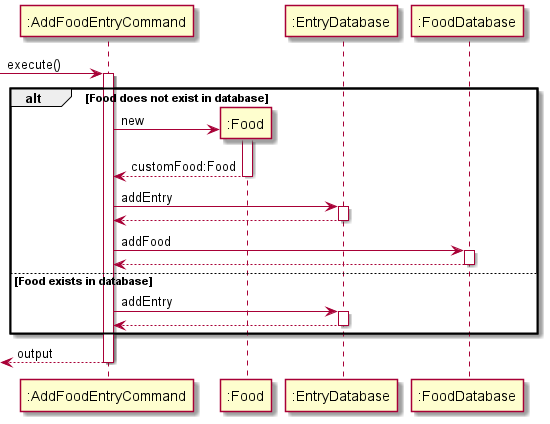
praj-bellakka/tp keeps this PlantUML diagram as docs/diagrams-DG/Command_AddFoodEntryCommand_Seq.png. Above is the earlier version. The source it was exported from:
```plantuml
@startuml


-> ":AddFoodEntryCommand": execute()
activate ":AddFoodEntryCommand"
alt Food does not exist in database

    create ":Food"
    ":AddFoodEntryCommand" -> ":Food" : new
    activate ":Food"
    return customFood:Food

    ":AddFoodEntryCommand" -> ":EntryDatabase" : addEntry
    activate ":EntryDatabase"
    return

    ":AddFoodEntryCommand" -> ":FoodDatabase" : addFood
    activate ":FoodDatabase"
    return

else Food exists in database

    ":AddFoodEntryCommand" -> ":EntryDatabase" : addEntry
    activate ":EntryDatabase"
    return

end
return output

@enduml
```
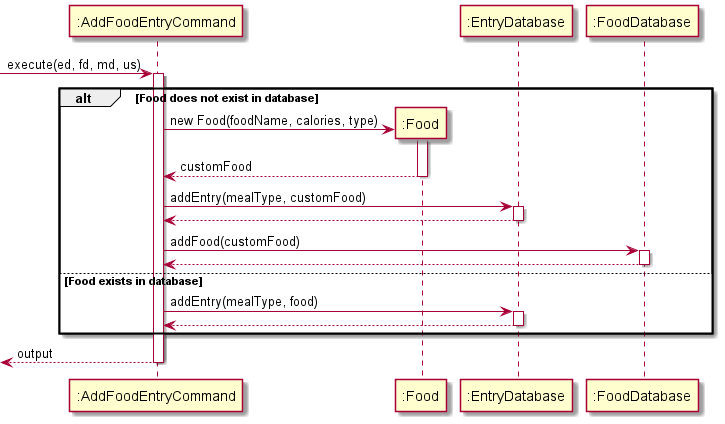
The same file after the commit.

Diff of the diagram source:
```diff
@@ -1,26 +1,26 @@
 @startuml
 
 
--> ":AddFoodEntryCommand": execute()
+-> ":AddFoodEntryCommand": execute(ed, fd, md, us)
 activate ":AddFoodEntryCommand"
 alt Food does not exist in database
 
     create ":Food"
-    ":AddFoodEntryCommand" -> ":Food" : new
+    ":AddFoodEntryCommand" -> ":Food" : new Food(foodName, calories, type)
     activate ":Food"
-    return customFood:Food
+    return customFood
 
-    ":AddFoodEntryCommand" -> ":EntryDatabase" : addEntry
+    ":AddFoodEntryCommand" -> ":EntryDatabase" : addEntry(mealType, customFood)
     activate ":EntryDatabase"
     return
 
-    ":AddFoodEntryCommand" -> ":FoodDatabase" : addFood
+    ":AddFoodEntryCommand" -> ":FoodDatabase" : addFood(customFood)
     activate ":FoodDatabase"
     return
 
 else Food exists in database
 
-    ":AddFoodEntryCommand" -> ":EntryDatabase" : addEntry
+    ":AddFoodEntryCommand" -> ":EntryDatabase" : addEntry(mealType, food)
     activate ":EntryDatabase"
     return
 
```
